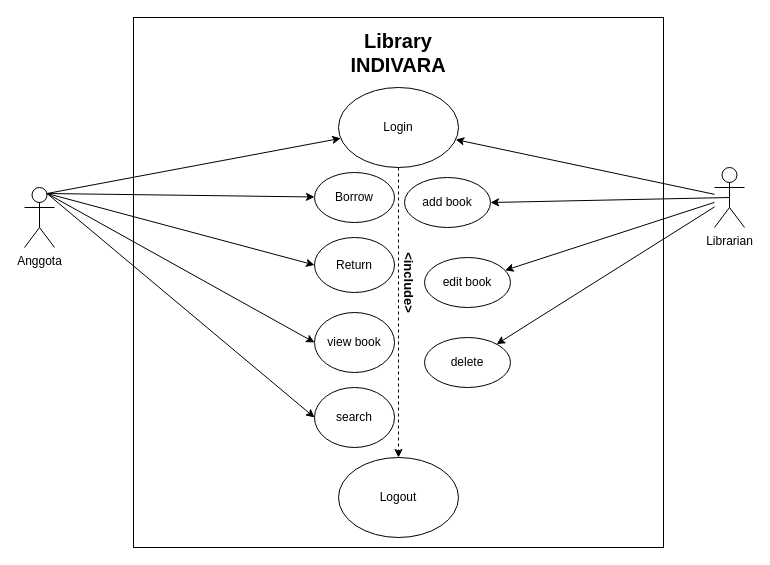
Above: Use Case library.drawio in Syaal/library (draw.io), before the change. Source tidied: cells renumbered, new cells numbered last; positions are measured from the earlier drawing's top-left corner, leaving out a move shared by most shapes. Both pictures are drawn from the tidied source at 100%, with x=0, y=0 at pixel (24, 17).
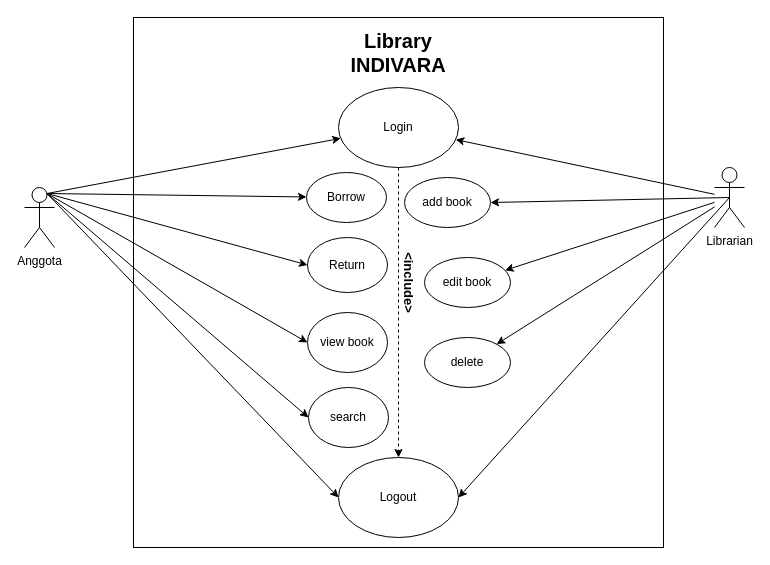
Above is the later version.

Unchanged cells that the change refers to:
```xml
<mxCell id="5" value="Anggota" style="shape=umlActor;verticalLabelPosition=bottom;verticalAlign=top;html=1;outlineConnect=0;" parent="1" vertex="1">
  <mxGeometry y="170" width="30" height="60" as="geometry" />
</mxCell>
<mxCell id="6" value="Librarian" style="shape=umlActor;verticalLabelPosition=bottom;verticalAlign=top;html=1;outlineConnect=0;" parent="1" vertex="1">
  <mxGeometry x="690" y="150" width="30" height="60" as="geometry" />
</mxCell>
<mxCell id="10" value="Logout" style="ellipse;whiteSpace=wrap;html=1;" parent="1" vertex="1">
  <mxGeometry x="314" y="440" width="120" height="80" as="geometry" />
</mxCell>
```

The edit, as a diff of the source:
```diff
@@
     <mxCell id="12" value="Borrow" style="ellipse;whiteSpace=wrap;html=1;" parent="1" vertex="1">
-      <mxGeometry x="290" y="155" width="80" height="50" as="geometry" />
+      <mxGeometry x="282" y="155" width="80" height="50" as="geometry" />
     </mxCell>
     <mxCell id="13" value="Return" style="ellipse;whiteSpace=wrap;html=1;" parent="1" vertex="1">
-      <mxGeometry x="290" y="220" width="80" height="55" as="geometry" />
+      <mxGeometry x="283" y="220" width="80" height="55" as="geometry" />
     </mxCell>
@@
     <mxCell id="17" value="view book" style="ellipse;whiteSpace=wrap;html=1;" parent="1" vertex="1">
-      <mxGeometry x="290" y="295" width="80" height="60" as="geometry" />
+      <mxGeometry x="283" y="295" width="80" height="60" as="geometry" />
     </mxCell>
@@
     <mxCell id="24" value="search" style="ellipse;whiteSpace=wrap;html=1;" parent="1" vertex="1">
-      <mxGeometry x="290" y="370" width="80" height="60" as="geometry" />
+      <mxGeometry x="284" y="370" width="80" height="60" as="geometry" />
     </mxCell>
@@
+    <mxCell id="26" style="endArrow=classic;html=1;rounded=0;exitX=0.75;exitY=0.1;exitDx=0;exitDy=0;exitPerimeter=0;entryX=0;entryY=0.5;entryDx=0;entryDy=0;" parent="1" edge="1" source="5" target="10">
+      <mxGeometry relative="1" as="geometry" />
+    </mxCell>
+    <mxCell id="27" style="endArrow=classic;html=1;rounded=0;exitX=0.5;exitY=0.5;exitDx=0;exitDy=0;exitPerimeter=0;entryX=1;entryY=0.5;entryDx=0;entryDy=0;" parent="1" edge="1" source="6" target="10">
+      <mxGeometry relative="1" as="geometry" />
+    </mxCell>
```
